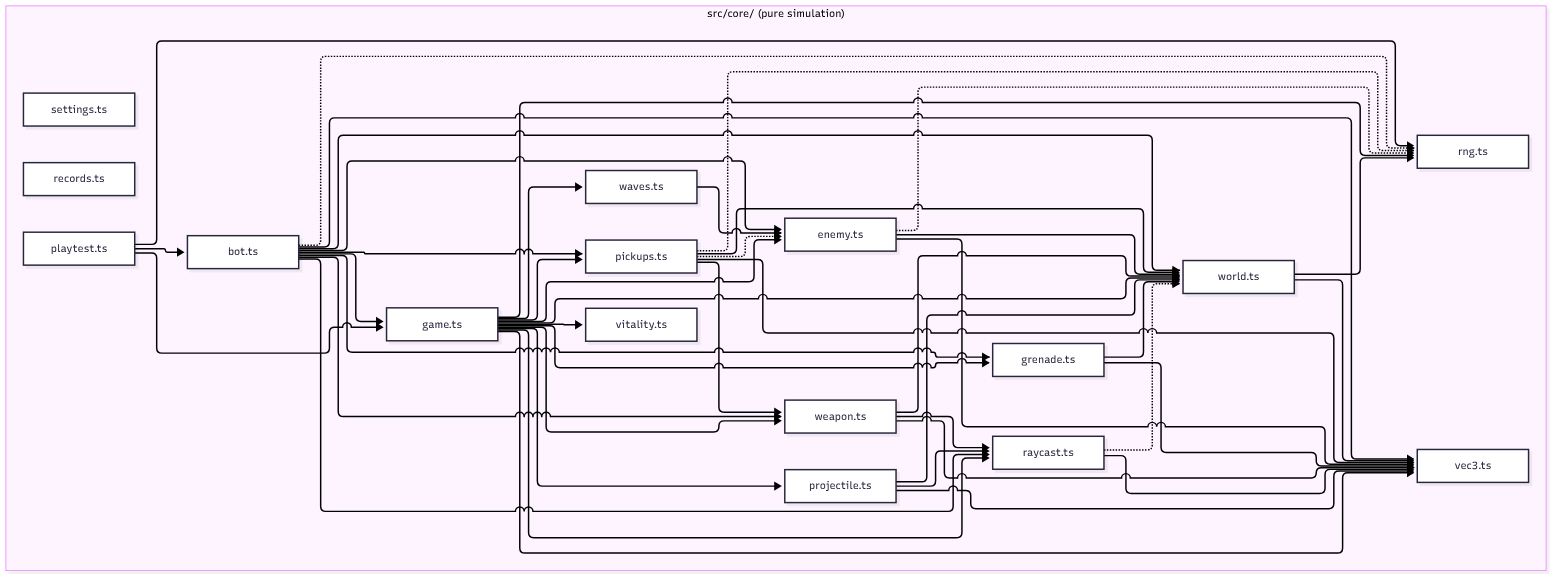
Earlier version of the Mermaid export docs/architecture/render/core-components.png (agh/ringfall). Its source is kept beside it as docs/architecture/diagrams/core-components.mmd. Source of this version:
```mermaid
%%{init: {"flowchart": {"curve": "basis"}} }%%
flowchart LR
  subgraph core["src/core/ (pure simulation)"]
    core_bot["bot.ts"]
    core_enemy["enemy.ts"]
    core_game["game.ts"]
    core_grenade["grenade.ts"]
    core_pickups["pickups.ts"]
    core_playtest["playtest.ts"]
    core_projectile["projectile.ts"]
    core_raycast["raycast.ts"]
    core_records["records.ts"]
    core_rng["rng.ts"]
    core_settings["settings.ts"]
    core_vec3["vec3.ts"]
    core_vitality["vitality.ts"]
    core_waves["waves.ts"]
    core_weapon["weapon.ts"]
    core_world["world.ts"]
  end
  core_bot --> core_enemy
  core_bot --> core_game
  core_bot --> core_grenade
  core_bot -.-> core_pickups
  core_bot --> core_raycast
  core_bot -.-> core_rng
  core_bot --> core_vec3
  core_bot --> core_weapon
  core_bot -.-> core_world
  core_enemy -.-> core_rng
  core_enemy --> core_vec3
  core_enemy --> core_world
  core_game --> core_enemy
  core_game --> core_grenade
  core_game --> core_pickups
  core_game --> core_projectile
  core_game --> core_raycast
  core_game --> core_rng
  core_game --> core_vec3
  core_game --> core_vitality
  core_game --> core_waves
  core_game --> core_weapon
  core_game --> core_world
  core_grenade --> core_vec3
  core_grenade --> core_world
  core_pickups -.-> core_enemy
  core_pickups -.-> core_rng
  core_pickups --> core_vec3
  core_pickups --> core_weapon
  core_pickups --> core_world
  core_playtest --> core_bot
  core_playtest --> core_game
  core_playtest --> core_rng
  core_projectile --> core_raycast
  core_projectile --> core_vec3
  core_projectile -.-> core_world
  core_raycast --> core_vec3
  core_raycast -.-> core_world
  core_waves -.-> core_enemy
  core_weapon --> core_raycast
  core_weapon -.-> core_vec3
  core_weapon -.-> core_world
  core_world -.-> core_rng
  core_world --> core_vec3
```
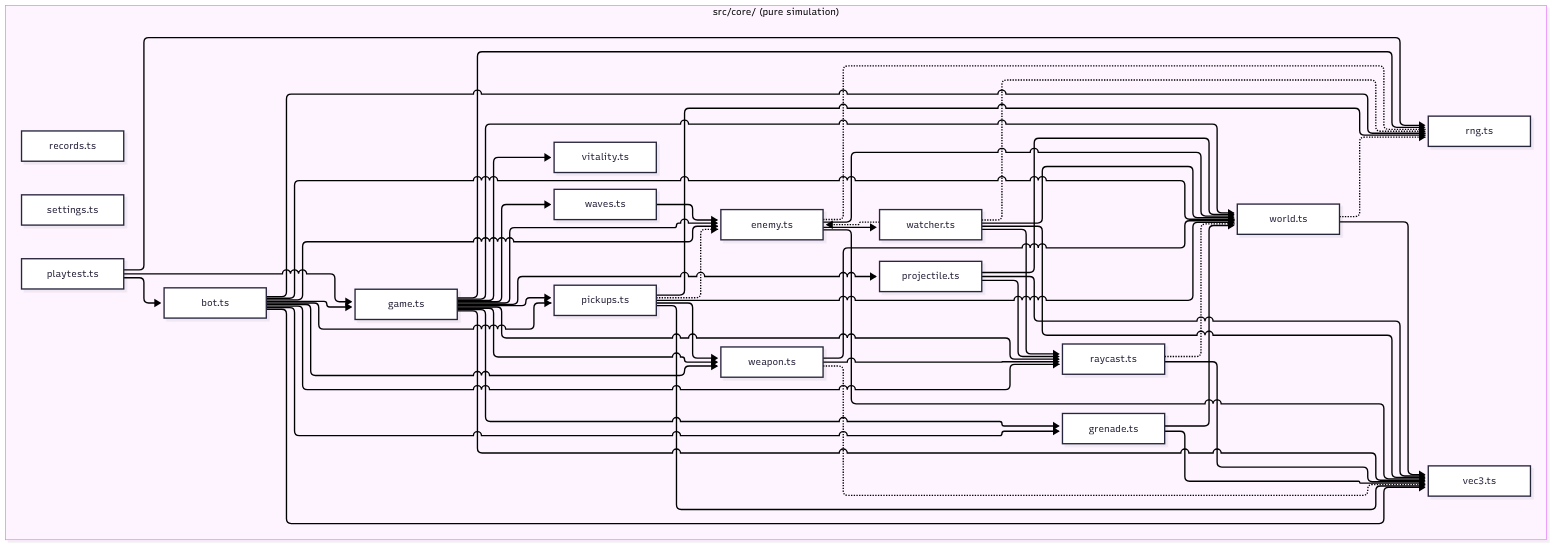
The same file after the commit.

Diff of the diagram source:
```diff
@@ -14,6 +14,7 @@
     core_settings["settings.ts"]
     core_vec3["vec3.ts"]
     core_vitality["vitality.ts"]
+    core_watcher["watcher.ts"]
     core_waves["waves.ts"]
     core_weapon["weapon.ts"]
     core_world["world.ts"]
@@ -29,6 +30,7 @@
   core_bot -.-> core_world
   core_enemy -.-> core_rng
   core_enemy --> core_vec3
+  core_enemy --> core_watcher
   core_enemy --> core_world
   core_game --> core_enemy
   core_game --> core_grenade
@@ -56,6 +58,11 @@
   core_projectile -.-> core_world
   core_raycast --> core_vec3
   core_raycast -.-> core_world
+  core_watcher -.-> core_enemy
+  core_watcher --> core_raycast
+  core_watcher -.-> core_rng
+  core_watcher --> core_vec3
+  core_watcher --> core_world
   core_waves -.-> core_enemy
   core_weapon --> core_raycast
   core_weapon -.-> core_vec3
```
